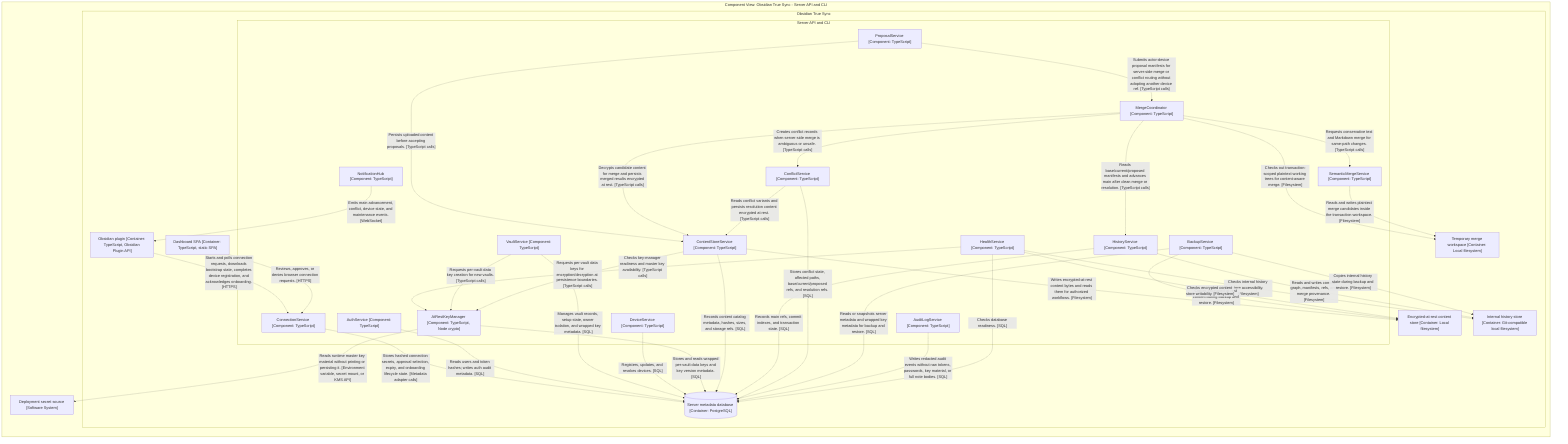
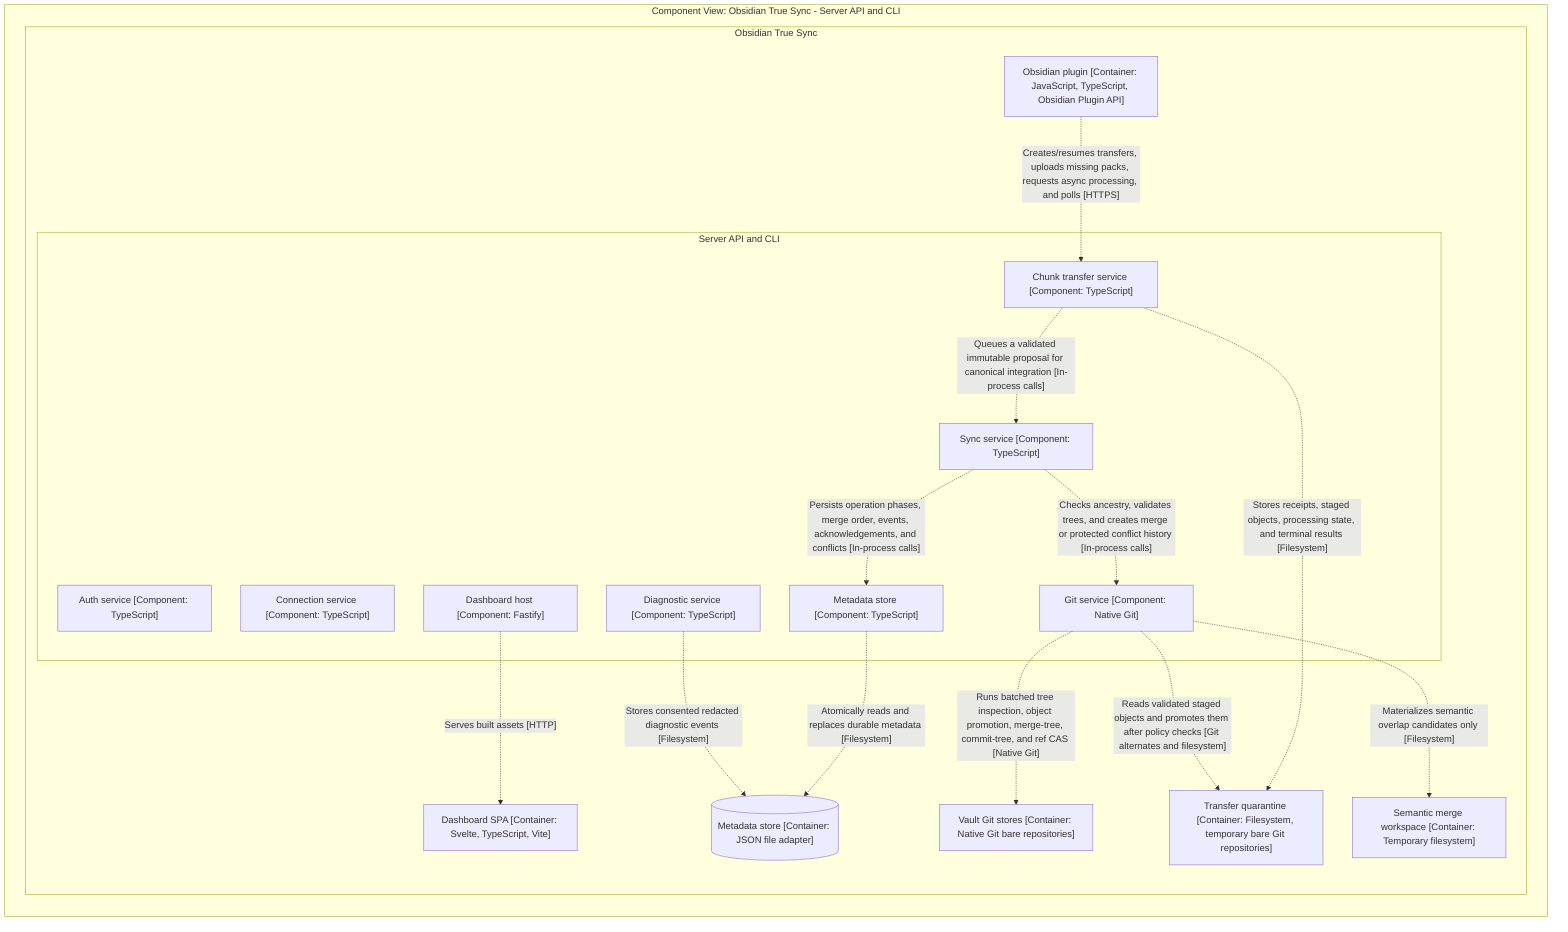
graph LR

  subgraph diagram ["Component View: Obsidian True Sync - Server API and CLI"]

-     5["Deployment secret source [Software System]"]
+     subgraph 5 ["Obsidian True Sync"]

-     subgraph 6 ["Obsidian True Sync"]
+       subgraph 20 ["Server API and CLI"]

-       subgraph 7 ["Server API and CLI"]
- 
-         10["VaultService [Component: TypeScript]"]
-         11["DeviceService [Component: TypeScript]"]
-         12["AtRestKeyManager [Component: TypeScript, Node crypto]"]
-         13["ContentStoreService [Component: TypeScript]"]
-         14["ProposalService [Component: TypeScript]"]
-         15["HistoryService [Component: TypeScript]"]
-         16["MergeCoordinator [Component: TypeScript]"]
-         17["SemanticMergeService [Component: TypeScript]"]
-         18["ConflictService [Component: TypeScript]"]
-         19["NotificationHub [Component: TypeScript]"]
-         20["BackupService [Component: TypeScript]"]
-         21["AuditLogService [Component: TypeScript]"]
-         22["HealthService [Component: TypeScript]"]
-         8["AuthService [Component: TypeScript]"]
-         9["ConnectionService [Component: TypeScript]"]
+         21["Auth service [Component: TypeScript]"]
+         22["Connection service [Component: TypeScript]"]
+         23["Chunk transfer service [Component: TypeScript]"]
+         24["Sync service [Component: TypeScript]"]
+         25["Git service [Component: Native Git]"]
+         26["Metadata store [Component: TypeScript]"]
+         27["Diagnostic service [Component: TypeScript]"]
+         28["Dashboard host [Component: Fastify]"]
      end

-       23["Dashboard SPA [Container: TypeScript, static SPA]"]
-       31["Obsidian plugin [Container: TypeScript, Obsidian Plugin API]"]
-       47[("Server metadata database [Container: PostgreSQL]")]
-       48["Encrypted-at-rest content store [Container: Local filesystem]"]
-       49["Internal history store [Container: Git-compatible local filesystem]"]
-       50["Temporary merge workspace [Container: Local filesystem]"]
+       15["Dashboard SPA [Container: Svelte, TypeScript, Vite]"]
+       31[("Metadata store [Container: JSON file adapter]")]
+       32["Vault Git stores [Container: Native Git bare repositories]"]
+       33["Transfer quarantine [Container: Filesystem, temporary bare Git repositories]"]
+       34["Semantic merge workspace [Container: Temporary filesystem]"]
+       6["Obsidian plugin [Container: JavaScript, TypeScript, Obsidian Plugin API]"]
    end

-     22-. "Checks internal history store accessibility. [Filesystem]" .->49
-     22-. "Checks key-manager readiness and master key availability. [TypeScript calls]" .->12
-     31-. "Starts and polls connection requests, downloads bootstrap state, completes device registration, and acknowledges onboarding. [HTTPS]" .->9
-     23-. "Reviews, approves, or denies browser connection requests. [HTTPS]" .->9
-     9-. "Stores hashed connection secrets, approval selection, expiry, and onboarding lifecycle state. [Metadata adapter calls]" .->47
-     8-. "Reads users and token hashes; writes auth audit metadata. [SQL]" .->47
-     10-. "Manages vault records, setup state, owner isolation, and wrapped key metadata. [SQL]" .->47
-     10-. "Requests per-vault data key creation for new vaults. [TypeScript calls]" .->12
-     11-. "Registers, updates, and revokes devices. [SQL]" .->47
-     12-. "Reads runtime master key material without printing or persisting it. [Environment variable, secret mount, or KMS API]" .->5
-     12-. "Stores and reads wrapped per-vault data keys and key version metadata. [SQL]" .->47
-     13-. "Requests per-vault data keys for encryption/decryption at persistence boundaries. [TypeScript calls]" .->12
-     13-. "Writes encrypted-at-rest content bytes and reads them for authorized workflows. [Filesystem]" .->48
-     13-. "Records content catalog metadata, hashes, sizes, and storage refs. [SQL]" .->47
-     14-. "Persists uploaded content before accepting proposals. [TypeScript calls]" .->13
-     14-. "Submits actor-device proposal manifests for server-side merge or conflict routing without adopting another device ref. [TypeScript calls]" .->16
-     15-. "Reads and writes commit graph, manifests, refs, and merge provenance. [Filesystem]" .->49
-     15-. "Records main refs, commit indexes, and transaction state. [SQL]" .->47
-     16-. "Reads base/current/proposed manifests and advances main after clean merge or resolution. [TypeScript calls]" .->15
-     16-. "Decrypts candidate content for merge and persists merged results encrypted at rest. [TypeScript calls]" .->13
-     16-. "Checks out transaction-scoped plaintext working trees for content-aware merge. [Filesystem]" .->50
-     16-. "Requests conservative text and Markdown merge for same-path changes. [TypeScript calls]" .->17
-     17-. "Reads and writes plaintext merge candidates inside the transaction workspace. [Filesystem]" .->50
-     16-. "Creates conflict records when server-side merge is ambiguous or unsafe. [TypeScript calls]" .->18
-     18-. "Stores conflict state, affected paths, base/current/proposed refs, and resolution refs. [SQL]" .->47
-     18-. "Reads conflict variants and persists resolution content encrypted at rest. [TypeScript calls]" .->13
-     19-. "Emits main advancement, conflict, device state, and maintenance events. [WebSocket]" .->31
-     20-. "Reads or snapshots server metadata and wrapped key metadata for backup and restore. [SQL]" .->47
-     20-. "Copies encrypted-at-rest content during backup and restore. [Filesystem]" .->48
-     20-. "Copies internal history state during backup and restore. [Filesystem]" .->49
-     21-. "Writes redacted audit events without raw tokens, passwords, key material, or full note bodies. [SQL]" .->47
-     22-. "Checks database readiness. [SQL]" .->47
-     22-. "Checks encrypted content store writability. [Filesystem]" .->48
+     6-. "Creates/resumes transfers, uploads missing packs, requests async processing, and polls [HTTPS]" .->23
+     23-. "Stores receipts, staged objects, processing state, and terminal results [Filesystem]" .->33
+     23-. "Queues a validated immutable proposal for canonical integration [In-process calls]" .->24
+     24-. "Checks ancestry, validates trees, and creates merge or protected conflict history [In-process calls]" .->25
+     24-. "Persists operation phases, merge order, events, acknowledgements, and conflicts [In-process calls]" .->26
+     25-. "Runs batched tree inspection, object promotion, merge-tree, commit-tree, and ref CAS [Native Git]" .->32
+     25-. "Reads validated staged objects and promotes them after policy checks [Git alternates and filesystem]" .->33
+     25-. "Materializes semantic overlap candidates only [Filesystem]" .->34
+     26-. "Atomically reads and replaces durable metadata [Filesystem]" .->31
+     28-. "Serves built assets [HTTP]" .->15
+     27-. "Stores consented redacted diagnostic events [Filesystem]" .->31

  end
